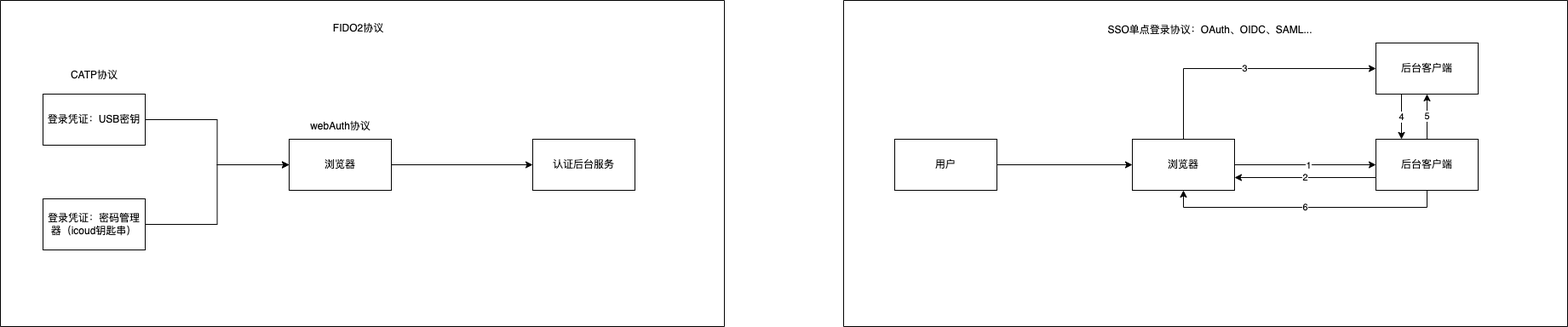
This is IAM:协议总览.drawio.png from JYbill/draw, a draw.io export, as it was before one commit. Source tidied: cells renumbered, new cells last; positions are measured from the earlier drawing's top-left corner, leaving out a move shared by most shapes.
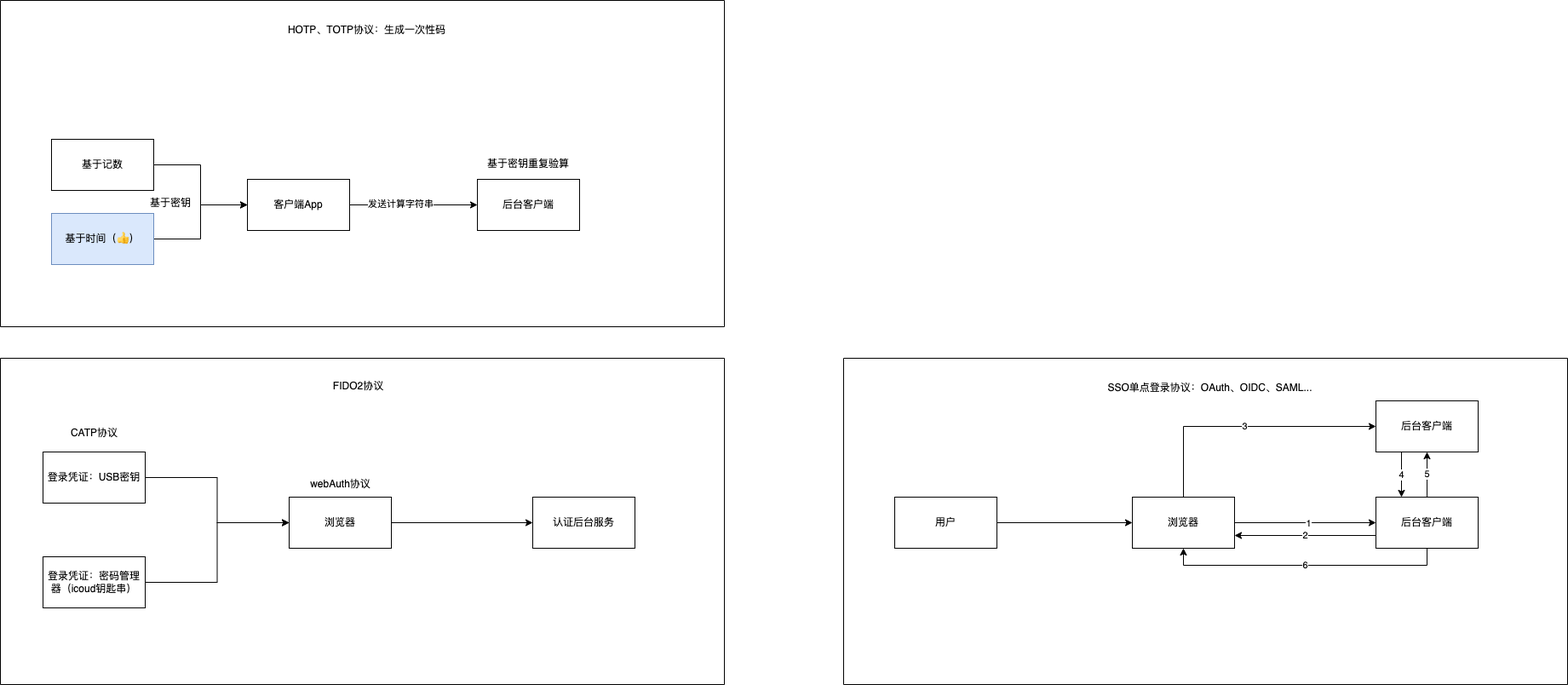
After the change.

Commit message:
更新IAM:协议总览.drawio.png

Change to the diagram source:
```diff
@@ -77,5 +77,41 @@
     <mxCell id="26" value="后台客户端" style="rounded=0;whiteSpace=wrap;html=1;" parent="13" vertex="1">
       <mxGeometry x="625" y="50" width="120" height="60" as="geometry" />
     </mxCell>
+    <mxCell id="27" style="swimlane;startSize=0;" parent="1" vertex="1">
+      <mxGeometry y="-420" width="850" height="383" as="geometry" />
+    </mxCell>
+    <mxCell id="28" style="edgeStyle=orthogonalEdgeStyle;rounded=0;jettySize=auto;html=1;exitX=1;exitY=0.5;exitDx=0;exitDy=0;" parent="27" edge="1" source="29" target="32">
+      <mxGeometry relative="1" as="geometry" />
+    </mxCell>
+    <mxCell id="29" value="基于记数" style="rounded=0;whiteSpace=wrap;html=1;" parent="27" vertex="1">
+      <mxGeometry x="60" y="163" width="120" height="60" as="geometry" />
+    </mxCell>
+    <mxCell id="30" style="edgeStyle=orthogonalEdgeStyle;rounded=0;jettySize=auto;html=1;exitX=1;exitY=0.5;exitDx=0;exitDy=0;" parent="27" edge="1" source="32" target="33">
+      <mxGeometry relative="1" as="geometry" />
+    </mxCell>
+    <mxCell id="31" value="发送计算字符串" style="edgeLabel;html=1;align=center;verticalAlign=middle;" parent="30" vertex="1">
+      <mxGeometry x="-0.21" y="2" relative="1" as="geometry" />
+    </mxCell>
+    <mxCell id="32" value="客户端App" style="rounded=0;whiteSpace=wrap;html=1;" parent="27" vertex="1">
+      <mxGeometry x="290" y="210" width="120" height="60" as="geometry" />
+    </mxCell>
+    <mxCell id="33" value="后台客户端" style="rounded=0;whiteSpace=wrap;html=1;" parent="27" vertex="1">
+      <mxGeometry x="560" y="210" width="120" height="60" as="geometry" />
+    </mxCell>
+    <mxCell id="34" value="HOTP、TOTP协议：生成一次性码" style="text;html=1;align=center;verticalAlign=middle;strokeColor=none;fillColor=none;" parent="27" vertex="1">
+      <mxGeometry x="325" y="20" width="210" height="30" as="geometry" />
+    </mxCell>
+    <mxCell id="35" style="edgeStyle=orthogonalEdgeStyle;rounded=0;jettySize=auto;html=1;exitX=1;exitY=0.5;exitDx=0;exitDy=0;" parent="27" edge="1" source="36" target="32">
+      <mxGeometry relative="1" as="geometry" />
+    </mxCell>
+    <mxCell id="36" value="基于时间（👍）" style="rounded=0;whiteSpace=wrap;html=1;fillColor=#dae8fc;strokeColor=#6c8ebf;" parent="27" vertex="1">
+      <mxGeometry x="60" y="250" width="120" height="60" as="geometry" />
+    </mxCell>
+    <mxCell id="37" value="基于密钥" style="text;html=1;align=center;verticalAlign=middle;whiteSpace=wrap;rounded=0;" parent="27" vertex="1">
+      <mxGeometry x="170" y="223" width="60" height="30" as="geometry" />
+    </mxCell>
+    <mxCell id="38" value="基于密钥重复验算" style="text;html=1;align=center;verticalAlign=middle;whiteSpace=wrap;rounded=0;" parent="27" vertex="1">
+      <mxGeometry x="565" y="176.5" width="110" height="30" as="geometry" />
+    </mxCell>
   </root>
 </mxGraphModel>
```
